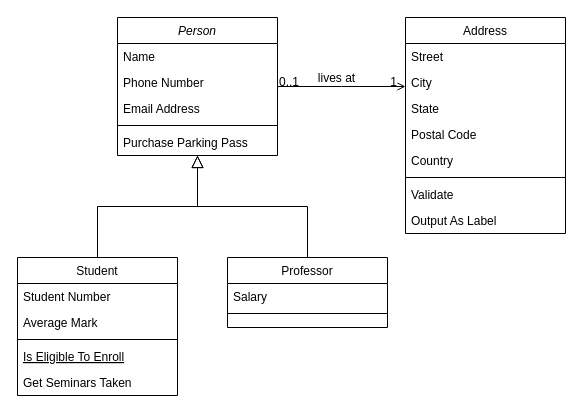
The draw.io diagram java-puro-alr/Untitled Diagram.drawio in a-pinheira/java-learning-zone, before the edit. Source tidied: cells renumbered, new cells numbered last; positions are measured from the earlier drawing's top-left corner, leaving out a move shared by most shapes. Both pictures are drawn from the tidied source at 100%, with x=0, y=0 at pixel (17, 17).
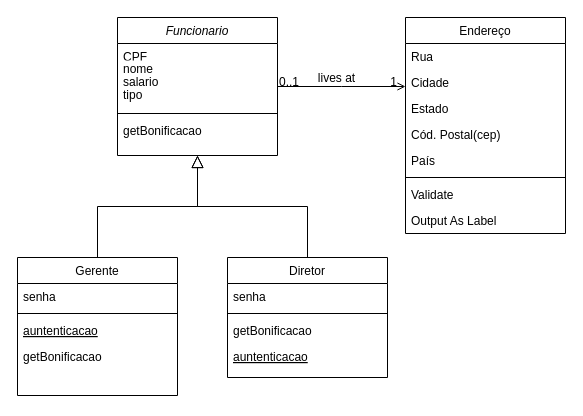
The same diagram, later.

Commit message:
byteBank Alura - Diagram de Classe Herança.drawio

The edit, as a diff of the source:
```diff
@@
-    <mxCell id="2" value="Person" style="swimlane;fontStyle=2;align=center;verticalAlign=top;horizontal=1;startSize=26;rounded=0;shadow=0;strokeWidth=1;" parent="1" vertex="1">
+    <mxCell id="2" value="Funcionario" style="swimlane;fontStyle=2;align=center;verticalAlign=top;horizontal=1;startSize=26;rounded=0;shadow=0;strokeWidth=1;" parent="1" vertex="1">
       <mxGeometry x="100" width="160" height="138" as="geometry" />
     </mxCell>
-    <mxCell id="3" value="Name" style="text;align=left;verticalAlign=top;spacingLeft=4;spacingRight=4;overflow=hidden;" parent="2" vertex="1">
-      <mxGeometry y="26" width="160" height="26" as="geometry" />
+    <mxCell id="3" value="CPF" style="text;align=left;verticalAlign=top;spacingLeft=4;spacingRight=4;overflow=hidden;" parent="2" vertex="1">
+      <mxGeometry y="26" width="160" height="12" as="geometry" />
     </mxCell>
-    <mxCell id="4" value="Phone Number" style="text;align=left;verticalAlign=top;spacingLeft=4;spacingRight=4;overflow=hidden;rounded=0;shadow=0;html=0;" parent="2" vertex="1">
-      <mxGeometry y="52" width="160" height="26" as="geometry" />
+    <mxCell id="4" value="nome" style="text;align=left;verticalAlign=top;spacingLeft=4;spacingRight=4;overflow=hidden;rounded=0;shadow=0;html=0;" parent="2" vertex="1">
+      <mxGeometry y="38" width="160" height="26" as="geometry" />
     </mxCell>
-    <mxCell id="5" value="Email Address" style="text;align=left;verticalAlign=top;spacingLeft=4;spacingRight=4;overflow=hidden;rounded=0;shadow=0;html=0;" parent="2" vertex="1">
-      <mxGeometry y="78" width="160" height="26" as="geometry" />
+    <mxCell id="5" value="tipo" style="text;align=left;verticalAlign=top;spacingLeft=4;spacingRight=4;overflow=hidden;rounded=0;shadow=0;html=0;" parent="2" vertex="1">
+      <mxGeometry y="64" width="160" height="28" as="geometry" />
     </mxCell>
     <mxCell id="6" style="line;html=1;strokeWidth=1;align=left;verticalAlign=middle;spacingTop=-1;spacingLeft=3;spacingRight=3;labelPosition=right;" parent="2" vertex="1">
-      <mxGeometry y="104" width="160" height="8" as="geometry" />
+      <mxGeometry y="92" width="160" height="8" as="geometry" />
     </mxCell>
-    <mxCell id="7" value="Purchase Parking Pass" style="text;align=left;verticalAlign=top;spacingLeft=4;spacingRight=4;overflow=hidden;" parent="2" vertex="1">
-      <mxGeometry y="112" width="160" height="26" as="geometry" />
+    <mxCell id="7" value="getBonificacao" style="text;align=left;verticalAlign=top;spacingLeft=4;spacingRight=4;overflow=hidden;" parent="2" vertex="1">
+      <mxGeometry y="100" width="160" height="26" as="geometry" />
     </mxCell>
-    <mxCell id="8" value="Student" style="swimlane;fontStyle=0;align=center;verticalAlign=top;horizontal=1;startSize=26;rounded=0;shadow=0;strokeWidth=1;" parent="1" vertex="1">
+    <mxCell id="8" value="Gerente" style="swimlane;fontStyle=0;align=center;verticalAlign=top;horizontal=1;startSize=26;rounded=0;shadow=0;strokeWidth=1;" parent="1" vertex="1">
       <mxGeometry y="240" width="160" height="138" as="geometry" />
     </mxCell>
-    <mxCell id="9" value="Student Number" style="text;align=left;verticalAlign=top;spacingLeft=4;spacingRight=4;overflow=hidden;" parent="8" vertex="1">
+    <mxCell id="9" value="senha" style="text;align=left;verticalAlign=top;spacingLeft=4;spacingRight=4;overflow=hidden;" parent="8" vertex="1">
       <mxGeometry y="26" width="160" height="26" as="geometry" />
     </mxCell>
-    <mxCell id="10" value="Average Mark" style="text;align=left;verticalAlign=top;spacingLeft=4;spacingRight=4;overflow=hidden;rounded=0;shadow=0;html=0;" parent="8" vertex="1">
-      <mxGeometry y="52" width="160" height="26" as="geometry" />
-    </mxCell>
     <mxCell id="11" style="line;html=1;strokeWidth=1;align=left;verticalAlign=middle;spacingTop=-1;spacingLeft=3;spacingRight=3;labelPosition=right;" parent="8" vertex="1">
-      <mxGeometry y="78" width="160" height="8" as="geometry" />
+      <mxGeometry y="52" width="160" height="8" as="geometry" />
     </mxCell>
-    <mxCell id="12" value="Is Eligible To Enroll" style="text;align=left;verticalAlign=top;spacingLeft=4;spacingRight=4;overflow=hidden;fontStyle=4;" parent="8" vertex="1">
-      <mxGeometry y="86" width="160" height="26" as="geometry" />
+    <mxCell id="12" value="auntenticacao" style="text;align=left;verticalAlign=top;spacingLeft=4;spacingRight=4;overflow=hidden;fontStyle=4;" parent="8" vertex="1">
+      <mxGeometry y="60" width="160" height="26" as="geometry" />
     </mxCell>
-    <mxCell id="13" value="Get Seminars Taken" style="text;align=left;verticalAlign=top;spacingLeft=4;spacingRight=4;overflow=hidden;" parent="8" vertex="1">
-      <mxGeometry y="112" width="160" height="26" as="geometry" />
+    <mxCell id="13" value="getBonificacao" style="text;align=left;verticalAlign=top;spacingLeft=4;spacingRight=4;overflow=hidden;" parent="8" vertex="1">
+      <mxGeometry y="86" width="160" height="26" as="geometry" />
     </mxCell>
@@
-    <mxCell id="15" value="Professor" style="swimlane;fontStyle=0;align=center;verticalAlign=top;horizontal=1;startSize=26;rounded=0;shadow=0;strokeWidth=1;" parent="1" vertex="1">
-      <mxGeometry x="210" y="240" width="160" height="70" as="geometry" />
+    <mxCell id="15" value="Diretor" style="swimlane;fontStyle=0;align=center;verticalAlign=top;horizontal=1;startSize=26;rounded=0;shadow=0;strokeWidth=1;" parent="1" vertex="1">
+      <mxGeometry x="210" y="240" width="160" height="120" as="geometry" />
     </mxCell>
-    <mxCell id="16" value="Salary" style="text;align=left;verticalAlign=top;spacingLeft=4;spacingRight=4;overflow=hidden;" parent="15" vertex="1">
+    <mxCell id="16" value="senha" style="text;align=left;verticalAlign=top;spacingLeft=4;spacingRight=4;overflow=hidden;" parent="15" vertex="1">
       <mxGeometry y="26" width="160" height="26" as="geometry" />
     </mxCell>
@@
+    <mxCell id="32" value="getBonificacao" style="text;align=left;verticalAlign=top;spacingLeft=4;spacingRight=4;overflow=hidden;" parent="15" vertex="1">
+      <mxGeometry y="60" width="160" height="26" as="geometry" />
+    </mxCell>
+    <mxCell id="33" value="auntenticacao" style="text;align=left;verticalAlign=top;spacingLeft=4;spacingRight=4;overflow=hidden;fontStyle=4;" parent="15" vertex="1">
+      <mxGeometry y="86" width="160" height="26" as="geometry" />
+    </mxCell>
@@
-    <mxCell id="19" value="Address" style="swimlane;fontStyle=0;align=center;verticalAlign=top;horizontal=1;startSize=26;rounded=0;shadow=0;strokeWidth=1;" parent="1" vertex="1">
+    <mxCell id="19" value="Endereço" style="swimlane;fontStyle=0;align=center;verticalAlign=top;horizontal=1;startSize=26;rounded=0;shadow=0;strokeWidth=1;" parent="1" vertex="1">
       <mxGeometry x="388" width="160" height="216" as="geometry" />
     </mxCell>
-    <mxCell id="20" value="Street" style="text;align=left;verticalAlign=top;spacingLeft=4;spacingRight=4;overflow=hidden;" parent="19" vertex="1">
+    <mxCell id="20" value="Rua" style="text;align=left;verticalAlign=top;spacingLeft=4;spacingRight=4;overflow=hidden;" parent="19" vertex="1">
       <mxGeometry y="26" width="160" height="26" as="geometry" />
     </mxCell>
-    <mxCell id="21" value="City" style="text;align=left;verticalAlign=top;spacingLeft=4;spacingRight=4;overflow=hidden;rounded=0;shadow=0;html=0;" parent="19" vertex="1">
+    <mxCell id="21" value="Cidade" style="text;align=left;verticalAlign=top;spacingLeft=4;spacingRight=4;overflow=hidden;rounded=0;shadow=0;html=0;" parent="19" vertex="1">
       <mxGeometry y="52" width="160" height="26" as="geometry" />
     </mxCell>
-    <mxCell id="22" value="State" style="text;align=left;verticalAlign=top;spacingLeft=4;spacingRight=4;overflow=hidden;rounded=0;shadow=0;html=0;" parent="19" vertex="1">
+    <mxCell id="22" value="Estado" style="text;align=left;verticalAlign=top;spacingLeft=4;spacingRight=4;overflow=hidden;rounded=0;shadow=0;html=0;" parent="19" vertex="1">
       <mxGeometry y="78" width="160" height="26" as="geometry" />
     </mxCell>
-    <mxCell id="23" value="Postal Code" style="text;align=left;verticalAlign=top;spacingLeft=4;spacingRight=4;overflow=hidden;rounded=0;shadow=0;html=0;" parent="19" vertex="1">
+    <mxCell id="23" value="Cód. Postal(cep)" style="text;align=left;verticalAlign=top;spacingLeft=4;spacingRight=4;overflow=hidden;rounded=0;shadow=0;html=0;" parent="19" vertex="1">
       <mxGeometry y="104" width="160" height="26" as="geometry" />
     </mxCell>
-    <mxCell id="24" value="Country" style="text;align=left;verticalAlign=top;spacingLeft=4;spacingRight=4;overflow=hidden;rounded=0;shadow=0;html=0;" parent="19" vertex="1">
+    <mxCell id="24" value="País" style="text;align=left;verticalAlign=top;spacingLeft=4;spacingRight=4;overflow=hidden;rounded=0;shadow=0;html=0;" parent="19" vertex="1">
       <mxGeometry y="130" width="160" height="26" as="geometry" />
     </mxCell>
@@
+    <mxCell id="34" value="salario" style="text;align=left;verticalAlign=top;spacingLeft=4;spacingRight=4;overflow=hidden;rounded=0;shadow=0;html=0;" parent="1" vertex="1">
+      <mxGeometry x="100" y="51" width="160" height="26" as="geometry" />
+    </mxCell>
```
